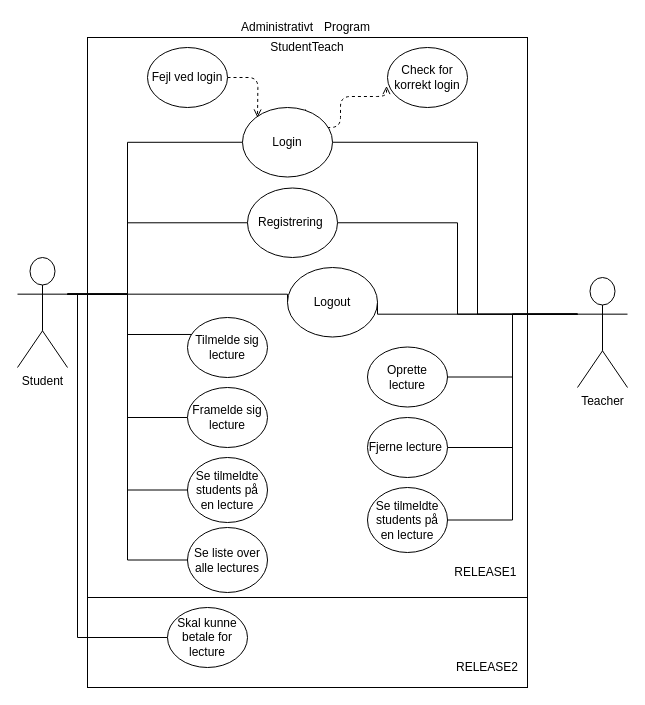
The draw.io diagram public/Andet/Programmerings_usecase.drawio in ChrisMJAndre/GruppeProjekt-2, before the edit. Source tidied: cells renumbered, new cells numbered last; positions are measured from the earlier drawing's top-left corner, leaving out a move shared by most shapes. Both pictures are drawn from the tidied source at 100%, with x=0, y=0 at pixel (17, 17).
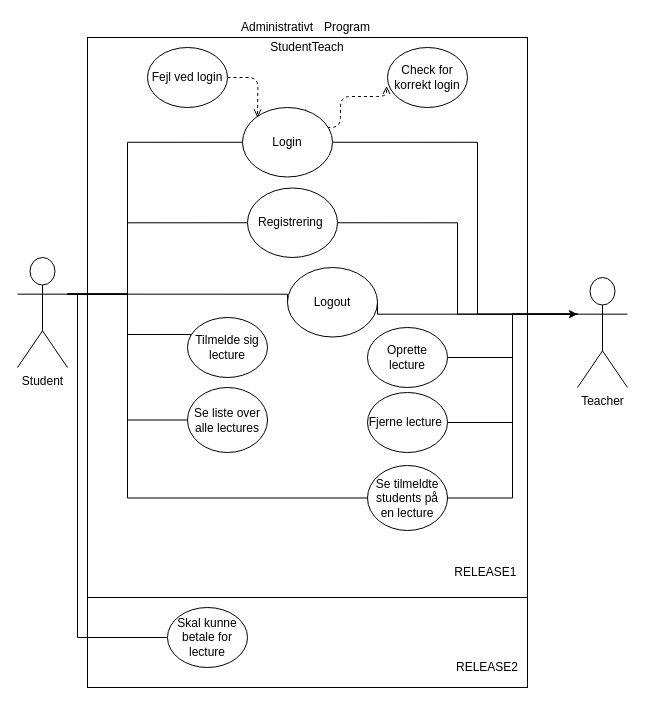
Above is the later version.

Commit message:
Opdateret use-case (igen, igen, igen)

Unchanged cells that the change refers to:
```xml
<mxCell id="14" value="Student" style="shape=umlActor;verticalLabelPosition=bottom;labelBackgroundColor=#ffffff;verticalAlign=top;html=1;outlineConnect=0;" parent="1" vertex="1">
  <mxGeometry y="240" width="50" height="110" as="geometry" />
</mxCell>
<mxCell id="21" value="Teacher" style="shape=umlActor;verticalLabelPosition=bottom;labelBackgroundColor=#ffffff;verticalAlign=top;html=1;outlineConnect=0;" parent="1" vertex="1">
  <mxGeometry x="560" y="260" width="50" height="110" as="geometry" />
</mxCell>
```

What changed in the source:
```diff
@@
-    <mxCell id="7" style="edgeStyle=orthogonalEdgeStyle;rounded=0;jettySize=auto;html=1;exitX=1;exitY=0.3333333333333333;exitDx=0;exitDy=0;exitPerimeter=0;entryX=0;entryY=0.5;entryDx=0;entryDy=0;endArrow=none;endFill=0;strokeColor=#000000;" parent="1" edge="1" source="14" target="31">
-      <mxGeometry relative="1" as="geometry">
-        <Array as="points">
-          <mxPoint x="110" y="277" />
-          <mxPoint x="110" y="400" />
-        </Array>
-      </mxGeometry>
-    </mxCell>
@@
     <mxCell id="11" style="edgeStyle=orthogonalEdgeStyle;rounded=0;jettySize=auto;html=1;exitX=1;exitY=0.3333333333333333;exitDx=0;exitDy=0;exitPerimeter=0;entryX=0;entryY=0.5;entryDx=0;entryDy=0;endArrow=none;endFill=0;" parent="1" edge="1" source="14" target="37">
       <mxGeometry relative="1" as="geometry">
         <Array as="points">
           <mxPoint x="110" y="277" />
-          <mxPoint x="110" y="473" />
+          <mxPoint x="110" y="481" />
         </Array>
       </mxGeometry>
     </mxCell>
@@
-    <mxCell id="17" style="edgeStyle=orthogonalEdgeStyle;rounded=0;jettySize=auto;html=1;exitX=0;exitY=0.3333333333333333;exitDx=0;exitDy=0;exitPerimeter=0;entryX=1;entryY=0.5;entryDx=0;entryDy=0;endArrow=none;endFill=0;" parent="1" edge="1" source="21" target="27">
-      <mxGeometry relative="1" as="geometry" />
-    </mxCell>
@@
     <mxCell id="25" value="Oprette lecture" style="ellipse;whiteSpace=wrap;html=1;" parent="1" vertex="1">
-      <mxGeometry x="350" y="329.5" width="80" height="60" as="geometry" />
+      <mxGeometry x="350" y="310" width="80" height="60" as="geometry" />
     </mxCell>
     <mxCell id="26" value="Fjerne lecture&amp;nbsp;" style="ellipse;whiteSpace=wrap;html=1;" parent="1" vertex="1">
-      <mxGeometry x="350" y="400" width="80" height="60" as="geometry" />
+      <mxGeometry x="350" y="375" width="80" height="60" as="geometry" />
     </mxCell>
-    <mxCell id="27" value="Se tilmeldte students på en lecture" style="ellipse;whiteSpace=wrap;html=1;" parent="1" vertex="1">
-      <mxGeometry x="350" y="470" width="80" height="65" as="geometry" />
-    </mxCell>
@@
-    <mxCell id="31" value="Framelde sig lecture" style="ellipse;whiteSpace=wrap;html=1;" parent="1" vertex="1">
-      <mxGeometry x="170" y="370" width="80" height="60" as="geometry" />
-    </mxCell>
@@
+    <mxCell id="40" style="edgeStyle=orthogonalEdgeStyle;rounded=0;jettySize=auto;html=1;exitX=1;exitY=0.5;exitDx=0;exitDy=0;entryX=0;entryY=0.3333333333333333;entryDx=0;entryDy=0;entryPerimeter=0;" parent="1" edge="1" source="37" target="21">
+      <mxGeometry relative="1" as="geometry" />
+    </mxCell>
     <mxCell id="37" value="Se tilmeldte students på en lecture" style="ellipse;whiteSpace=wrap;html=1;" parent="1" vertex="1">
-      <mxGeometry x="170" y="440" width="80" height="65" as="geometry" />
+      <mxGeometry x="350" y="448" width="80" height="65" as="geometry" />
     </mxCell>
     <mxCell id="38" value="Se liste over alle lectures" style="ellipse;whiteSpace=wrap;html=1;" parent="1" vertex="1">
-      <mxGeometry x="170" y="510" width="80" height="65" as="geometry" />
+      <mxGeometry x="170" y="370" width="80" height="65" as="geometry" />
     </mxCell>
```
